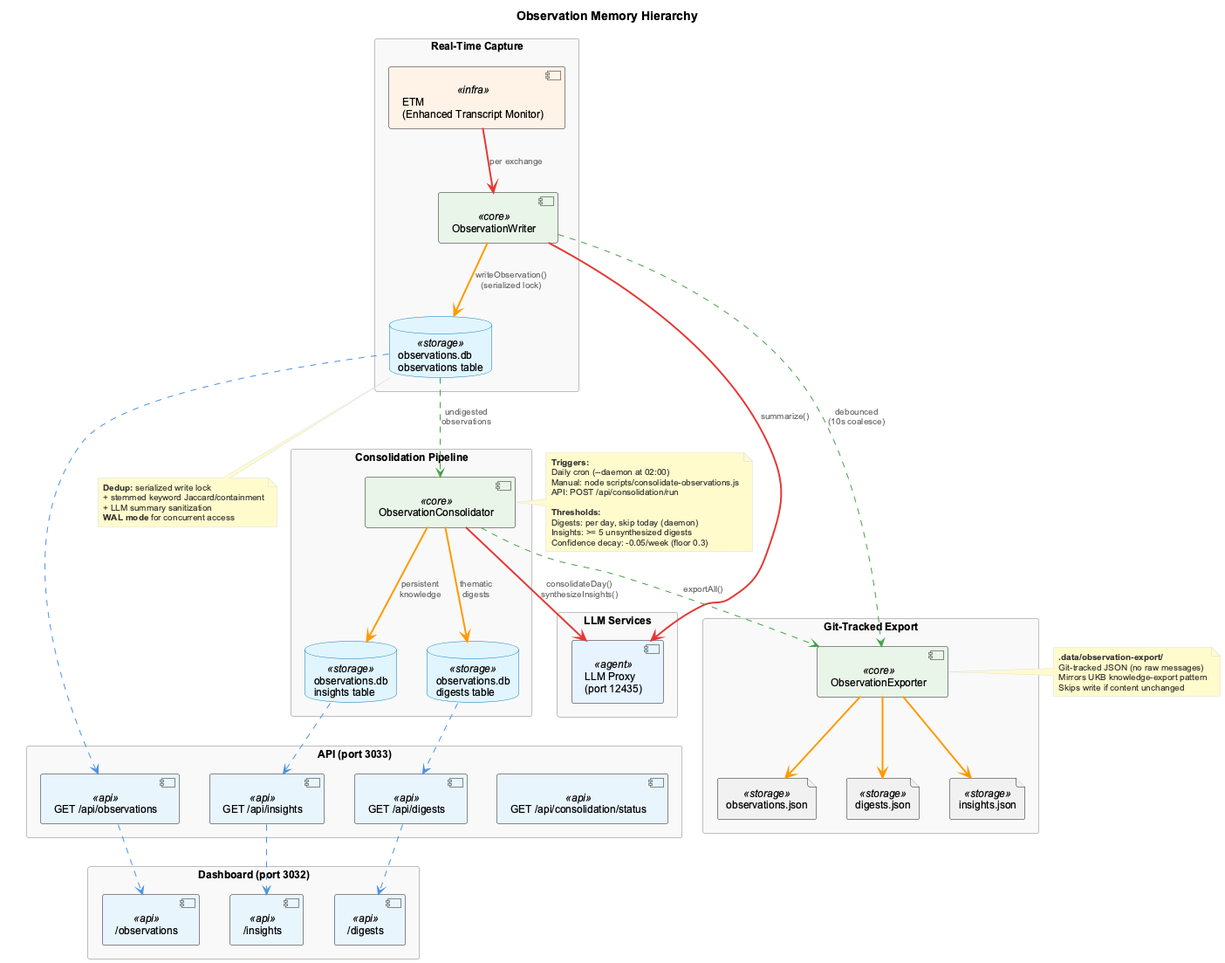
Above: docs/images/observation-memory-hierarchy.png in fwornle/coding (PlantUML), before the change. Source of this version:
```plantuml
@startuml observation-memory-hierarchy
!include _standard-style.puml

top to bottom direction
title Observation Memory Hierarchy

rectangle "Real-Time Capture" {
  component "ETM\n(Enhanced Transcript Monitor)" as ETM <<infra>>
  component "ObservationWriter" as OW <<core>>
  database "observations.db\nobservations table" as OBS <<storage>>
}

rectangle "Consolidation Pipeline" {
  component "ObservationConsolidator" as OC <<core>>
  database "observations.db\ndigests table" as DIG <<storage>>
  database "observations.db\ninsights table" as INS <<storage>>
}

rectangle "LLM Services" {
  component "LLM Proxy\n(port 12435)" as LLM <<agent>>
}

rectangle "Git-Tracked Export" {
  component "ObservationExporter" as EXP <<core>>
  file "observations.json" as EX_OBS <<storage>>
  file "digests.json" as EX_DIG <<storage>>
  file "insights.json" as EX_INS <<storage>>
}

rectangle "Dashboard (port 3032)" {
  component "/observations" as UI_OBS <<api>>
  component "/digests" as UI_DIG <<api>>
  component "/insights" as UI_INS <<api>>
}

rectangle "API (port 3033)" {
  component "GET /api/observations" as API_OBS <<api>>
  component "GET /api/digests" as API_DIG <<api>>
  component "GET /api/insights" as API_INS <<api>>
  component "GET /api/consolidation/status" as API_STATUS <<api>>
}

ETM SYNC_LINE OW : per exchange
OW SYNC_LINE LLM : summarize()
OW DATA_LINE OBS : writeObservation()\n(serialized lock)

OW ASYNC_LINE EXP : debounced\n(10s coalesce)

OBS ASYNC_LINE OC : undigested\nobservations
OC SYNC_LINE LLM : consolidateDay()\nsynthesizeInsights()
OC DATA_LINE DIG : thematic\ndigests
OC DATA_LINE INS : persistent\nknowledge

OC ASYNC_LINE EXP : exportAll()

EXP DATA_LINE EX_OBS
EXP DATA_LINE EX_DIG
EXP DATA_LINE EX_INS

OBS ..> API_OBS
DIG ..> API_DIG
INS ..> API_INS

API_OBS ..> UI_OBS
API_DIG ..> UI_DIG
API_INS ..> UI_INS

note right of EXP
  **.data/observation-export/**
  Git-tracked JSON (no raw messages)
  Mirrors UKB knowledge-export pattern
  Skips write if content unchanged
end note

note right of OC
  **Triggers:**
  Daily cron (--daemon at 02:00)
  Manual: node scripts/consolidate-observations.js
  API: POST /api/consolidation/run

  **Thresholds:**
  Digests: per day, skip today (daemon)
  Insights: >= 5 unsynthesized digests
  Confidence decay: -0.05/week (floor 0.3)
end note

note bottom of OBS
  **Dedup:** serialized write lock
  + stemmed keyword Jaccard/containment
  + LLM summary sanitization
  **WAL mode** for concurrent access
end note

@enduml
```
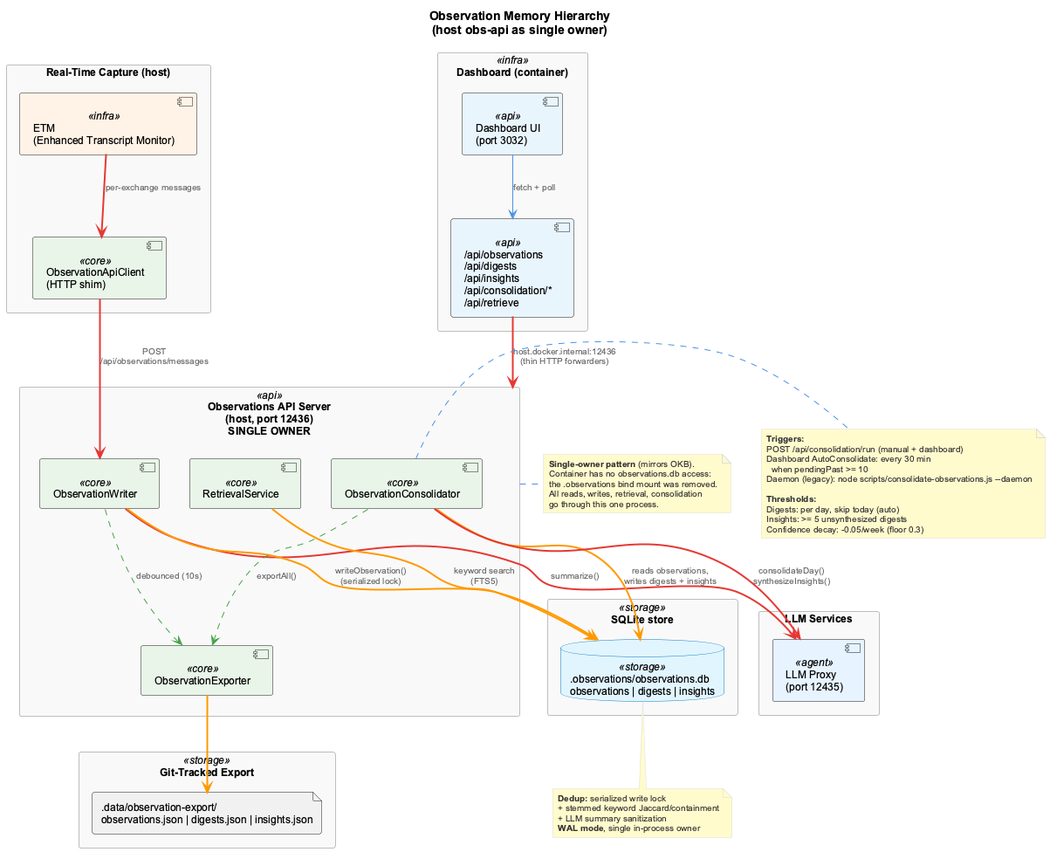
The same file after the commit.

The edit, as a diff of the source:
```diff
@@ -2,93 +2,80 @@
 !include _standard-style.puml
 
 top to bottom direction
-title Observation Memory Hierarchy
+title Observation Memory Hierarchy\n(host obs-api as single owner)
 
-rectangle "Real-Time Capture" {
+rectangle "Real-Time Capture (host)" {
   component "ETM\n(Enhanced Transcript Monitor)" as ETM <<infra>>
-  component "ObservationWriter" as OW <<core>>
-  database "observations.db\nobservations table" as OBS <<storage>>
+  component "ObservationApiClient\n(HTTP shim)" as OAC <<core>>
 }
 
-rectangle "Consolidation Pipeline" {
+rectangle "Observations API Server\n(host, port 12436)\nSINGLE OWNER" <<api>> as OBSAPI {
+  component "ObservationWriter" as OW <<core>>
   component "ObservationConsolidator" as OC <<core>>
-  database "observations.db\ndigests table" as DIG <<storage>>
-  database "observations.db\ninsights table" as INS <<storage>>
+  component "RetrievalService" as RS <<core>>
+  component "ObservationExporter" as EXP <<core>>
+}
+
+rectangle "SQLite store" <<storage>> {
+  database ".observations/observations.db\nobservations | digests | insights" as DB <<storage>>
 }
 
 rectangle "LLM Services" {
   component "LLM Proxy\n(port 12435)" as LLM <<agent>>
 }
 
-rectangle "Git-Tracked Export" {
-  component "ObservationExporter" as EXP <<core>>
-  file "observations.json" as EX_OBS <<storage>>
-  file "digests.json" as EX_DIG <<storage>>
-  file "insights.json" as EX_INS <<storage>>
+rectangle "Git-Tracked Export" <<storage>> {
+  file ".data/observation-export/\nobservations.json | digests.json | insights.json" as EX
 }
 
-rectangle "Dashboard (port 3032)" {
-  component "/observations" as UI_OBS <<api>>
-  component "/digests" as UI_DIG <<api>>
-  component "/insights" as UI_INS <<api>>
+rectangle "Dashboard (container)" <<infra>> {
+  component "/api/observations\n/api/digests\n/api/insights\n/api/consolidation/*\n/api/retrieve" as DASH_API <<api>>
+  component "Dashboard UI\n(port 3032)" as UI <<api>>
 }
 
-rectangle "API (port 3033)" {
-  component "GET /api/observations" as API_OBS <<api>>
-  component "GET /api/digests" as API_DIG <<api>>
-  component "GET /api/insights" as API_INS <<api>>
-  component "GET /api/consolidation/status" as API_STATUS <<api>>
-}
+ETM SYNC_LINE OAC : per-exchange messages
+OAC SYNC_LINE OW : POST\n/api/observations/messages
+OW SYNC_LINE LLM : summarize()
+OW DATA_LINE DB : writeObservation()\n(serialized lock)
 
-ETM SYNC_LINE OW : per exchange
-OW SYNC_LINE LLM : summarize()
-OW DATA_LINE OBS : writeObservation()\n(serialized lock)
+OC DATA_LINE DB : reads observations,\nwrites digests + insights
+OC SYNC_LINE LLM : consolidateDay()\nsynthesizeInsights()
 
-OW ASYNC_LINE EXP : debounced\n(10s coalesce)
+RS DATA_LINE DB : keyword search\n(FTS5)
 
-OBS ASYNC_LINE OC : undigested\nobservations
-OC SYNC_LINE LLM : consolidateDay()\nsynthesizeInsights()
-OC DATA_LINE DIG : thematic\ndigests
-OC DATA_LINE INS : persistent\nknowledge
+OW ASYNC_LINE EXP : debounced (10s)
+OC ASYNC_LINE EXP : exportAll()
+EXP DATA_LINE EX
 
-OC ASYNC_LINE EXP : exportAll()
+DASH_API SYNC_LINE OBSAPI : host.docker.internal:12436\n(thin HTTP forwarders)
+UI --> DASH_API : fetch + poll
 
-EXP DATA_LINE EX_OBS
-EXP DATA_LINE EX_DIG
-EXP DATA_LINE EX_INS
-
-OBS ..> API_OBS
-DIG ..> API_DIG
-INS ..> API_INS
-
-API_OBS ..> UI_OBS
-API_DIG ..> UI_DIG
-API_INS ..> UI_INS
-
-note right of EXP
-  **.data/observation-export/**
-  Git-tracked JSON (no raw messages)
-  Mirrors UKB knowledge-export pattern
-  Skips write if content unchanged
+note right of OBSAPI
+  **Single-owner pattern** (mirrors OKB).
+  Container has no observations.db access:
+  the .observations bind mount was removed.
+  All reads, writes, retrieval, consolidation
+  go through this one process.
 end note
 
 note right of OC
   **Triggers:**
-  Daily cron (--daemon at 02:00)
-  Manual: node scripts/consolidate-observations.js
-  API: POST /api/consolidation/run
+  POST /api/consolidation/run (manual + dashboard)
+  Dashboard AutoConsolidate: every 30 min
+    when pendingPast >= 10
+  Daemon (legacy): node scripts/consolidate-observations.js --daemon
 
   **Thresholds:**
-  Digests: per day, skip today (daemon)
+  Digests: per day, skip today (auto)
   Insights: >= 5 unsynthesized digests
   Confidence decay: -0.05/week (floor 0.3)
 end note
 
-note bottom of OBS
+note bottom of DB
   **Dedup:** serialized write lock
   + stemmed keyword Jaccard/containment
   + LLM summary sanitization
-  **WAL mode** for concurrent access
+  **WAL mode**, single in-process owner
 end note
 
 @enduml
```
